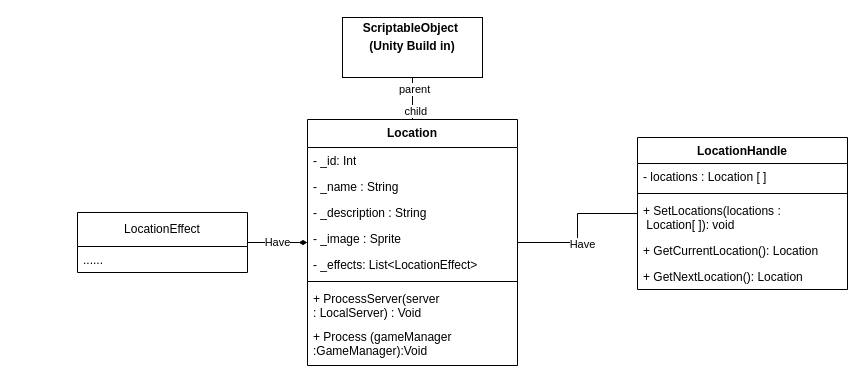
Earlier version of the draw.io diagram page "Location" (2 of 6) of GameUMLDiagram.drawio (JuenWeiHashcode/GameDocumentation). Source tidied: cells renumbered, new cells numbered last; positions are measured from the earlier drawing's top-left corner, leaving out a move shared by most shapes. Both pictures are drawn from the tidied source at 100%, with x=0, y=0 at pixel (77, 17).
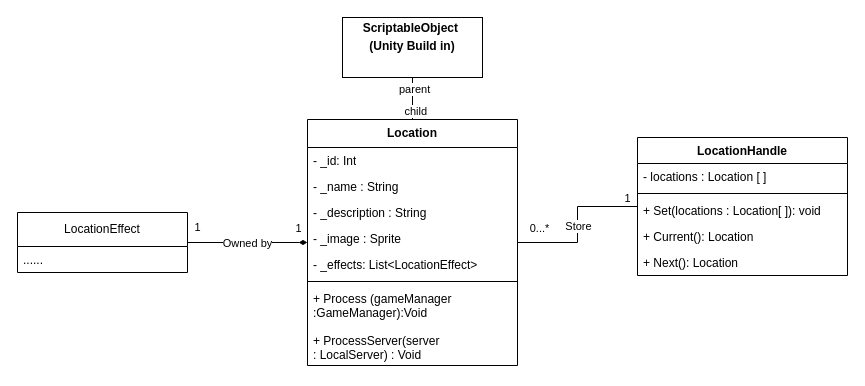
After the change.

The change refers to these unchanged cells:
```xml
<mxCell id="8" value="&lt;div&gt;&lt;span style=&quot;background-color: initial;&quot;&gt;Location&lt;/span&gt;&lt;br&gt;&lt;/div&gt;" style="swimlane;fontStyle=1;align=center;verticalAlign=top;horizontal=1;startSize=28;whiteSpace=wrap;html=1;" parent="1" vertex="1">
  <mxGeometry x="230" y="102" width="210" height="246" as="geometry" />
</mxCell>
<mxCell id="19" style="edgeStyle=orthogonalEdgeStyle;rounded=0;jettySize=auto;html=1;endArrow=none;endFill=0;" parent="1" edge="1" source="21" target="8">
  <mxGeometry relative="1" as="geometry" />
</mxCell>
```

The edit, as a diff of the source:
```diff
@@
-    <mxCell id="6" style="edgeStyle=orthogonalEdgeStyle;rounded=0;jettySize=auto;html=1;endArrow=none;endFill=0;startArrow=diamondThin;startFill=1;" parent="1" edge="1" source="8" target="17">
-      <mxGeometry relative="1" as="geometry" />
+    <mxCell id="6" value="1" style="edgeStyle=orthogonalEdgeStyle;rounded=0;jettySize=auto;html=1;endArrow=none;endFill=0;startArrow=diamondThin;startFill=1;" parent="1" edge="1" source="8" target="17">
+      <mxGeometry x="0.83" y="-15" relative="1" as="geometry" />
     </mxCell>
-    <mxCell id="7" value="Have" style="edgeLabel;html=1;align=center;verticalAlign=middle;" parent="6" vertex="1">
-      <mxGeometry x="0.02" y="-1" relative="1" as="geometry" />
+    <mxCell id="7" value="Owned by" style="edgeLabel;html=1;align=center;verticalAlign=middle;" parent="6" vertex="1">
+      <mxGeometry x="0.02" y="-1" relative="1" as="geometry">
+        <mxPoint y="1" as="offset" />
+      </mxGeometry>
     </mxCell>
+    <mxCell id="27" value="1" style="edgeLabel;html=1;align=center;verticalAlign=middle;" parent="6" vertex="1">
+      <mxGeometry x="-0.73" y="1" relative="1" as="geometry">
+        <mxPoint x="6" y="-16" as="offset" />
+      </mxGeometry>
+    </mxCell>
@@
+    <mxCell id="16" value="&lt;span&gt;+ Process&amp;nbsp;(&lt;/span&gt;&lt;span style=&quot;background-color: initial;&quot;&gt;gameManager :&lt;/span&gt;&lt;span style=&quot;background-color: initial;&quot;&gt;GameManager&lt;/span&gt;&lt;span style=&quot;background-color: initial;&quot;&gt;):Void&lt;/span&gt;" style="text;strokeColor=none;fillColor=none;align=left;verticalAlign=top;spacingLeft=4;spacingRight=4;overflow=hidden;whiteSpace=wrap;html=1;fontStyle=0;" parent="8" vertex="1">
+      <mxGeometry y="166" width="210" height="42" as="geometry" />
+    </mxCell>
     <mxCell id="15" value="&lt;span&gt;+&amp;nbsp;ProcessServer(&lt;/span&gt;&lt;span style=&quot;background-color: initial;&quot;&gt;server :&amp;nbsp;&lt;/span&gt;&lt;span style=&quot;background-color: initial;&quot;&gt;LocalServer&lt;/span&gt;&lt;span style=&quot;background-color: initial;&quot;&gt;) : Void&lt;/span&gt;" style="text;strokeColor=none;fillColor=none;align=left;verticalAlign=top;spacingLeft=4;spacingRight=4;overflow=hidden;whiteSpace=wrap;html=1;fontStyle=0;" parent="8" vertex="1">
-      <mxGeometry y="166" width="210" height="38" as="geometry" />
+      <mxGeometry y="208" width="210" height="38" as="geometry" />
     </mxCell>
-    <mxCell id="16" value="&lt;span&gt;+ Process&amp;nbsp;(&lt;/span&gt;&lt;span style=&quot;background-color: initial;&quot;&gt;gameManager :&lt;/span&gt;&lt;span style=&quot;background-color: initial;&quot;&gt;GameManager&lt;/span&gt;&lt;span style=&quot;background-color: initial;&quot;&gt;):Void&lt;/span&gt;" style="text;strokeColor=none;fillColor=none;align=left;verticalAlign=top;spacingLeft=4;spacingRight=4;overflow=hidden;whiteSpace=wrap;html=1;fontStyle=0;" parent="8" vertex="1">
-      <mxGeometry y="204" width="210" height="42" as="geometry" />
-    </mxCell>
     <mxCell id="17" value="LocationEffect" style="swimlane;fontStyle=0;horizontal=1;startSize=34;fillColor=none;whiteSpace=wrap;html=1;" parent="1" vertex="1">
-      <mxGeometry y="195" width="170" height="60" as="geometry" />
+      <mxGeometry x="-60" y="195" width="170" height="60" as="geometry" />
     </mxCell>
@@
-    <mxCell id="20" value="Have" style="edgeLabel;html=1;align=center;verticalAlign=middle;" parent="19" vertex="1">
+    <mxCell id="20" value="Store" style="edgeLabel;html=1;align=center;verticalAlign=middle;" parent="19" vertex="1">
       <mxGeometry x="0.16" y="2" relative="1" as="geometry">
-        <mxPoint x="2" y="4" as="offset" />
+        <mxPoint x="-2" y="-11" as="offset" />
       </mxGeometry>
     </mxCell>
+    <mxCell id="28" value="1" style="edgeLabel;html=1;align=center;verticalAlign=middle;" parent="19" vertex="1">
+      <mxGeometry x="-0.75" y="-2" relative="1" as="geometry">
+        <mxPoint x="9" y="-7" as="offset" />
+      </mxGeometry>
+    </mxCell>
+    <mxCell id="29" value="0...*" style="edgeLabel;html=1;align=center;verticalAlign=middle;" parent="19" vertex="1">
+      <mxGeometry x="0.89" relative="1" as="geometry">
+        <mxPoint x="12" y="-15" as="offset" />
+      </mxGeometry>
+    </mxCell>
     <mxCell id="21" value="LocationHandle" style="swimlane;fontStyle=1;align=center;verticalAlign=top;horizontal=1;startSize=26;whiteSpace=wrap;html=1;" parent="1" vertex="1">
-      <mxGeometry x="560" y="120" width="210" height="152" as="geometry" />
+      <mxGeometry x="560" y="120" width="210" height="138" as="geometry" />
     </mxCell>
@@
-    <mxCell id="24" value="+ SetLocations(locations :&lt;div&gt;&amp;nbsp;Location[ ]): void&lt;/div&gt;" style="text;strokeColor=none;fillColor=none;align=left;verticalAlign=top;spacingLeft=4;spacingRight=4;overflow=hidden;whiteSpace=wrap;html=1;" parent="21" vertex="1">
-      <mxGeometry y="60" width="210" height="40" as="geometry" />
+    <mxCell id="24" value="+ Set(locations :&amp;nbsp;&lt;span style=&quot;background-color: initial;&quot;&gt;Location[ ]): void&lt;/span&gt;" style="text;strokeColor=none;fillColor=none;align=left;verticalAlign=top;spacingLeft=4;spacingRight=4;overflow=hidden;whiteSpace=wrap;html=1;" parent="21" vertex="1">
+      <mxGeometry y="60" width="210" height="26" as="geometry" />
     </mxCell>
-    <mxCell id="25" value="+ GetCurrentLocation(): Location" style="text;strokeColor=none;fillColor=none;align=left;verticalAlign=top;spacingLeft=4;spacingRight=4;overflow=hidden;whiteSpace=wrap;html=1;" parent="21" vertex="1">
-      <mxGeometry y="100" width="210" height="26" as="geometry" />
+    <mxCell id="25" value="+ Current(): Location" style="text;strokeColor=none;fillColor=none;align=left;verticalAlign=top;spacingLeft=4;spacingRight=4;overflow=hidden;whiteSpace=wrap;html=1;" parent="21" vertex="1">
+      <mxGeometry y="86" width="210" height="26" as="geometry" />
     </mxCell>
-    <mxCell id="26" value="+ GetNextLocation(): Location" style="text;strokeColor=none;fillColor=none;align=left;verticalAlign=top;spacingLeft=4;spacingRight=4;overflow=hidden;whiteSpace=wrap;html=1;" parent="21" vertex="1">
-      <mxGeometry y="126" width="210" height="26" as="geometry" />
+    <mxCell id="26" value="+ Next(): Location" style="text;strokeColor=none;fillColor=none;align=left;verticalAlign=top;spacingLeft=4;spacingRight=4;overflow=hidden;whiteSpace=wrap;html=1;" parent="21" vertex="1">
+      <mxGeometry y="112" width="210" height="26" as="geometry" />
     </mxCell>
```
